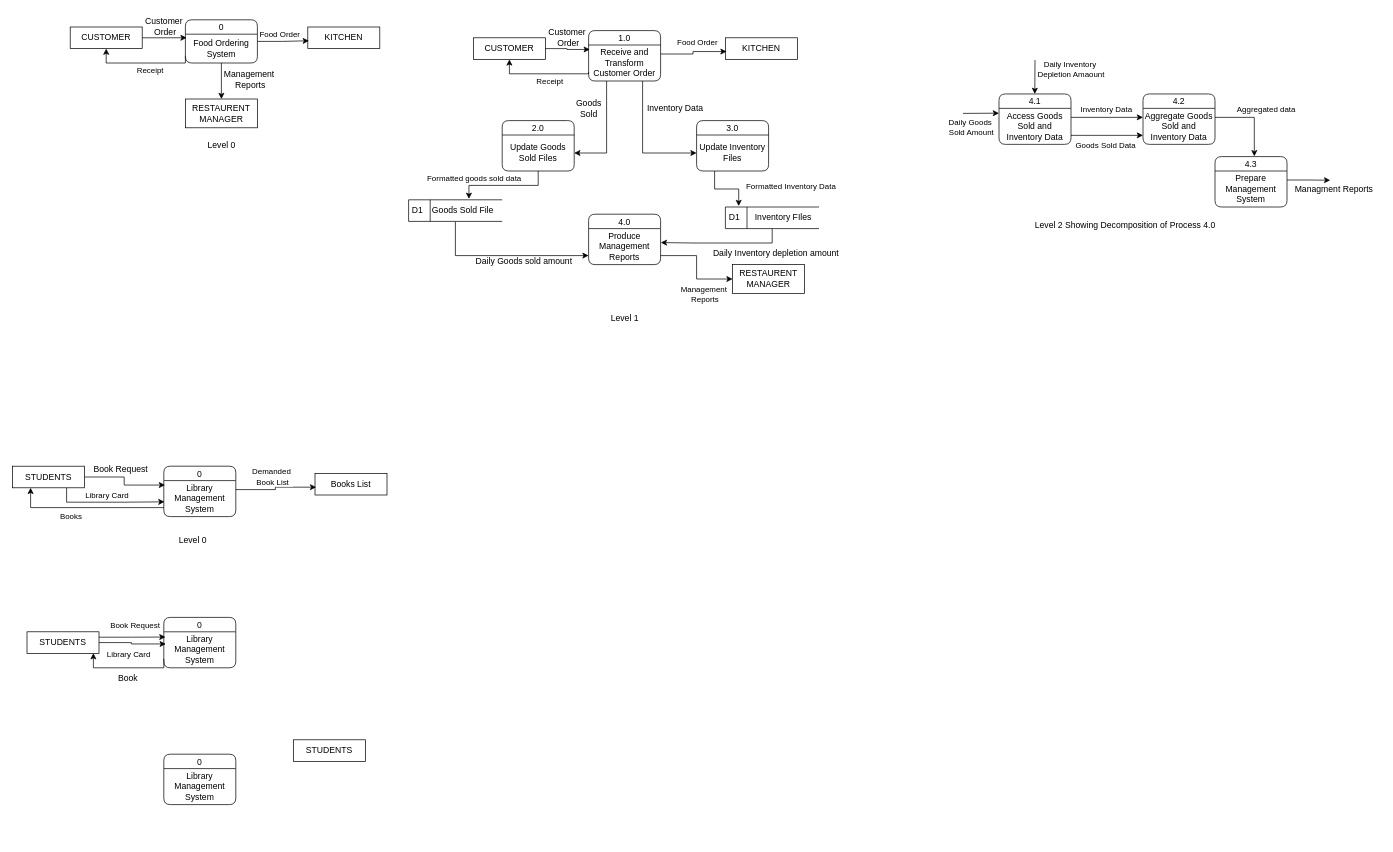
This is Untitled Diagram.drawio from Jen121/DesignAndAnalysisOfAlgorithms, a draw.io file, before an edit. Source tidied: cells renumbered, new cells numbered last; positions are measured from the earlier drawing's top-left corner, leaving out a move shared by most shapes. Both pictures are drawn from the tidied source at 72%, with x=0, y=0 at pixel (12, 12).
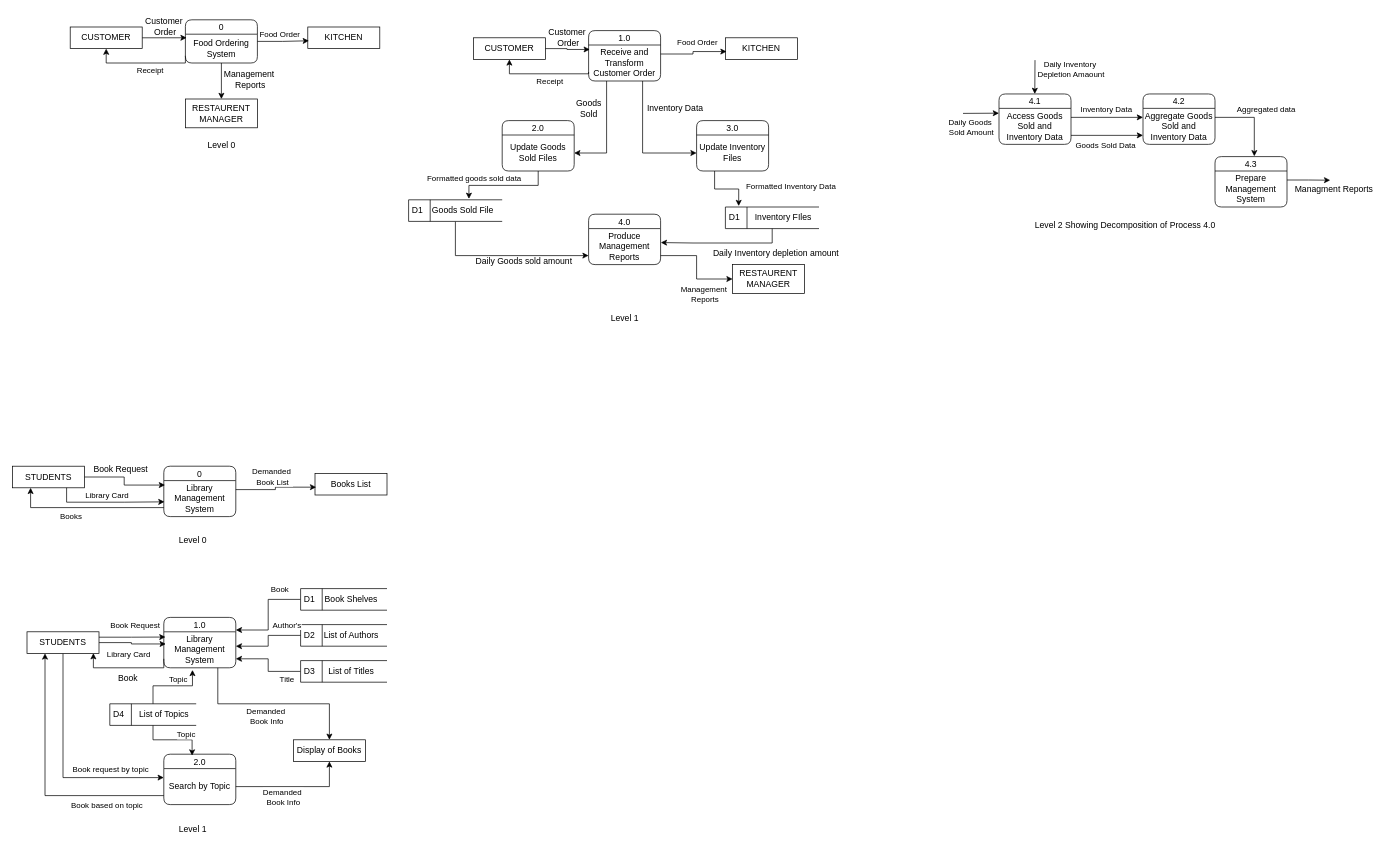
The same diagram, later.

Unchanged cells that the change refers to:
```xml
<mxCell id="85" value="Library Management System" style="text;html=1;align=center;verticalAlign=middle;whiteSpace=wrap;rounded=0;" parent="84" vertex="1">
  <mxGeometry y="20" width="100" height="50" as="geometry" />
</mxCell>
<mxCell id="88" value="STUDENTS" style="html=1;dashed=0;whiteSpace=wrap;" parent="1" vertex="1">
  <mxGeometry x="20" y="860" width="100" height="30" as="geometry" />
</mxCell>
```

The edit, as a diff of the source:
```diff
@@
-    <mxCell id="84" value="0" style="swimlane;fontStyle=0;horizontal=1;startSize=20;fillColor=#ffffff;swimlaneFillColor=#ffffff;rounded=1;" parent="1" vertex="1">
+    <mxCell id="84" value="1.0" style="swimlane;fontStyle=0;horizontal=1;startSize=20;fillColor=#ffffff;swimlaneFillColor=#ffffff;rounded=1;" parent="1" vertex="1">
       <mxGeometry x="210" y="840" width="100" height="70" as="geometry" />
     </mxCell>
@@
-    <mxCell id="86" value="0" style="swimlane;fontStyle=0;horizontal=1;startSize=20;fillColor=#ffffff;swimlaneFillColor=#ffffff;rounded=1;" parent="1" vertex="1">
+    <mxCell id="86" value="2.0" style="swimlane;fontStyle=0;horizontal=1;startSize=20;fillColor=#ffffff;swimlaneFillColor=#ffffff;rounded=1;" parent="1" vertex="1">
       <mxGeometry x="210" y="1030" width="100" height="70" as="geometry" />
     </mxCell>
-    <mxCell id="87" value="Library Management System" style="text;html=1;align=center;verticalAlign=middle;whiteSpace=wrap;rounded=0;" parent="86" vertex="1">
+    <mxCell id="87" value="Search by Topic" style="text;html=1;align=center;verticalAlign=middle;whiteSpace=wrap;rounded=0;" parent="86" vertex="1">
       <mxGeometry y="20" width="100" height="50" as="geometry" />
     </mxCell>
+    <mxCell id="96" style="edgeStyle=orthogonalEdgeStyle;rounded=0;jettySize=auto;html=1;exitX=0.5;exitY=1;exitDx=0;exitDy=0;entryX=0;entryY=0.25;entryDx=0;entryDy=0;" parent="1" edge="1" source="88" target="87">
+      <mxGeometry relative="1" as="geometry" />
+    </mxCell>
+    <mxCell id="97" value="Book request by topic" style="edgeLabel;html=1;align=center;verticalAlign=middle;" parent="96" vertex="1">
+      <mxGeometry x="0.47" relative="1" as="geometry">
+        <mxPoint x="8" y="-12" as="offset" />
+      </mxGeometry>
+    </mxCell>
@@
-    <mxCell id="89" value="STUDENTS" style="html=1;dashed=0;whiteSpace=wrap;" parent="1" vertex="1">
+    <mxCell id="89" value="Display of Books" style="html=1;dashed=0;whiteSpace=wrap;" parent="1" vertex="1">
       <mxGeometry x="390" y="1010" width="100" height="30" as="geometry" />
     </mxCell>
@@
+    <mxCell id="98" style="edgeStyle=orthogonalEdgeStyle;rounded=0;jettySize=auto;html=1;exitX=0;exitY=0.5;exitDx=0;exitDy=0;entryX=1;entryY=0.25;entryDx=0;entryDy=0;" parent="1" edge="1" source="100" target="84">
+      <mxGeometry relative="1" as="geometry" />
+    </mxCell>
+    <mxCell id="99" value="Book" style="edgeLabel;html=1;align=center;verticalAlign=middle;" parent="98" vertex="1">
+      <mxGeometry x="-0.5" y="-1" relative="1" as="geometry">
+        <mxPoint x="3" y="-14" as="offset" />
+      </mxGeometry>
+    </mxCell>
+    <mxCell id="100" value="D1" style="html=1;dashed=0;whiteSpace=wrap;shape=mxgraph.dfd.dataStoreID;align=left;spacingLeft=3;points=[[0,0],[0.5,0],[1,0],[0,0.5],[1,0.5],[0,1],[0.5,1],[1,1]];" parent="1" vertex="1">
+      <mxGeometry x="400" y="800" width="120" height="30" as="geometry" />
+    </mxCell>
+    <mxCell id="101" value="Book Shelves" style="text;html=1;align=center;verticalAlign=middle;strokeColor=none;fillColor=none;" parent="1" vertex="1">
+      <mxGeometry x="420" y="800" width="100" height="30" as="geometry" />
+    </mxCell>
+    <mxCell id="102" value="D2" style="html=1;dashed=0;whiteSpace=wrap;shape=mxgraph.dfd.dataStoreID;align=left;spacingLeft=3;points=[[0,0],[0.5,0],[1,0],[0,0.5],[1,0.5],[0,1],[0.5,1],[1,1]];" parent="1" vertex="1">
+      <mxGeometry x="400" y="850" width="120" height="30" as="geometry" />
+    </mxCell>
+    <mxCell id="103" value="List of Authors" style="text;html=1;align=center;verticalAlign=middle;strokeColor=none;fillColor=none;" parent="1" vertex="1">
+      <mxGeometry x="420" y="850" width="100" height="30" as="geometry" />
+    </mxCell>
+    <mxCell id="104" style="edgeStyle=orthogonalEdgeStyle;rounded=0;jettySize=auto;html=1;exitX=0;exitY=0.5;exitDx=0;exitDy=0;entryX=1;entryY=0.75;entryDx=0;entryDy=0;" parent="1" edge="1" source="106" target="85">
+      <mxGeometry relative="1" as="geometry" />
+    </mxCell>
+    <mxCell id="105" value="Title" style="edgeLabel;html=1;align=center;verticalAlign=middle;" parent="104" vertex="1">
+      <mxGeometry x="-0.53" y="-2" relative="1" as="geometry">
+        <mxPoint x="5" y="12" as="offset" />
+      </mxGeometry>
+    </mxCell>
+    <mxCell id="106" value="D3" style="html=1;dashed=0;whiteSpace=wrap;shape=mxgraph.dfd.dataStoreID;align=left;spacingLeft=3;points=[[0,0],[0.5,0],[1,0],[0,0.5],[1,0.5],[0,1],[0.5,1],[1,1]];" parent="1" vertex="1">
+      <mxGeometry x="400" y="900" width="120" height="30" as="geometry" />
+    </mxCell>
+    <mxCell id="107" value="List of Titles" style="text;html=1;align=center;verticalAlign=middle;strokeColor=none;fillColor=none;" parent="1" vertex="1">
+      <mxGeometry x="425" y="900" width="90" height="30" as="geometry" />
+    </mxCell>
+    <mxCell id="108" value="D4" style="html=1;dashed=0;whiteSpace=wrap;shape=mxgraph.dfd.dataStoreID;align=left;spacingLeft=3;points=[[0,0],[0.5,0],[1,0],[0,0.5],[1,0.5],[0,1],[0.5,1],[1,1]];" parent="1" vertex="1">
+      <mxGeometry x="135" y="960" width="120" height="30" as="geometry" />
+    </mxCell>
+    <mxCell id="109" value="List of Topics" style="text;html=1;align=center;verticalAlign=middle;strokeColor=none;fillColor=none;" parent="1" vertex="1">
+      <mxGeometry x="165" y="960" width="90" height="30" as="geometry" />
+    </mxCell>
+    <mxCell id="110" style="edgeStyle=orthogonalEdgeStyle;rounded=0;jettySize=auto;html=1;exitX=0;exitY=0.5;exitDx=0;exitDy=0;entryX=1;entryY=0.4;entryDx=0;entryDy=0;entryPerimeter=0;" parent="1" edge="1" source="102" target="85">
+      <mxGeometry relative="1" as="geometry" />
+    </mxCell>
+    <mxCell id="111" value="Author's" style="edgeLabel;html=1;align=center;verticalAlign=middle;" parent="110" vertex="1">
+      <mxGeometry x="-0.56" relative="1" as="geometry">
+        <mxPoint x="3" y="-15" as="offset" />
+      </mxGeometry>
+    </mxCell>
+    <mxCell id="112" style="edgeStyle=orthogonalEdgeStyle;rounded=0;jettySize=auto;html=1;exitX=0.5;exitY=0;exitDx=0;exitDy=0;entryX=0.398;entryY=1.06;entryDx=0;entryDy=0;entryPerimeter=0;" parent="1" edge="1" source="108" target="85">
+      <mxGeometry relative="1" as="geometry" />
+    </mxCell>
+    <mxCell id="113" value="Topic" style="edgeLabel;html=1;align=center;verticalAlign=middle;" parent="112" vertex="1">
+      <mxGeometry x="0.15" y="1" relative="1" as="geometry">
+        <mxPoint y="-9" as="offset" />
+      </mxGeometry>
+    </mxCell>
+    <mxCell id="114" style="edgeStyle=orthogonalEdgeStyle;rounded=0;jettySize=auto;html=1;exitX=0.5;exitY=1;exitDx=0;exitDy=0;entryX=0.393;entryY=0.027;entryDx=0;entryDy=0;entryPerimeter=0;" parent="1" edge="1" source="108" target="86">
+      <mxGeometry relative="1" as="geometry" />
+    </mxCell>
+    <mxCell id="115" value="Topic" style="edgeLabel;html=1;align=center;verticalAlign=middle;" parent="1" vertex="1">
+      <mxGeometry x="238.3" y="950" as="geometry">
+        <mxPoint x="2" y="52" as="offset" />
+      </mxGeometry>
+    </mxCell>
+    <mxCell id="116" style="edgeStyle=orthogonalEdgeStyle;rounded=0;jettySize=auto;html=1;exitX=0.75;exitY=1;exitDx=0;exitDy=0;" parent="1" edge="1" source="85" target="89">
+      <mxGeometry relative="1" as="geometry" />
+    </mxCell>
+    <mxCell id="117" value="Demanded&amp;nbsp;&lt;div&gt;Book Info&lt;/div&gt;" style="edgeLabel;html=1;align=center;verticalAlign=middle;" parent="1" vertex="1">
+      <mxGeometry x="350" y="980" as="geometry">
+        <mxPoint x="2" y="-3" as="offset" />
+      </mxGeometry>
+    </mxCell>
+    <mxCell id="118" style="edgeStyle=orthogonalEdgeStyle;rounded=0;jettySize=auto;html=1;entryX=0.5;entryY=1;entryDx=0;entryDy=0;" parent="1" edge="1" source="87" target="89">
+      <mxGeometry relative="1" as="geometry" />
+    </mxCell>
+    <mxCell id="119" value="Demanded&amp;nbsp;&lt;div&gt;Book Info&lt;/div&gt;" style="edgeLabel;html=1;align=center;verticalAlign=middle;" parent="1" vertex="1">
+      <mxGeometry x="380" y="1065" as="geometry">
+        <mxPoint x="-5" y="24" as="offset" />
+      </mxGeometry>
+    </mxCell>
+    <mxCell id="120" style="edgeStyle=orthogonalEdgeStyle;rounded=0;jettySize=auto;html=1;exitX=0;exitY=0.75;exitDx=0;exitDy=0;entryX=0.25;entryY=1;entryDx=0;entryDy=0;" parent="1" edge="1" source="87" target="88">
+      <mxGeometry relative="1" as="geometry" />
+    </mxCell>
+    <mxCell id="121" value="Book based on topic" style="edgeLabel;html=1;align=center;verticalAlign=middle;" parent="1" vertex="1">
+      <mxGeometry x="130" y="1100" as="geometry" />
+    </mxCell>
+    <mxCell id="122" value="Level 1" style="text;html=1;align=center;verticalAlign=middle;strokeColor=none;fillColor=none;" parent="1" vertex="1">
+      <mxGeometry x="220" y="1120" width="60" height="30" as="geometry" />
+    </mxCell>
```
